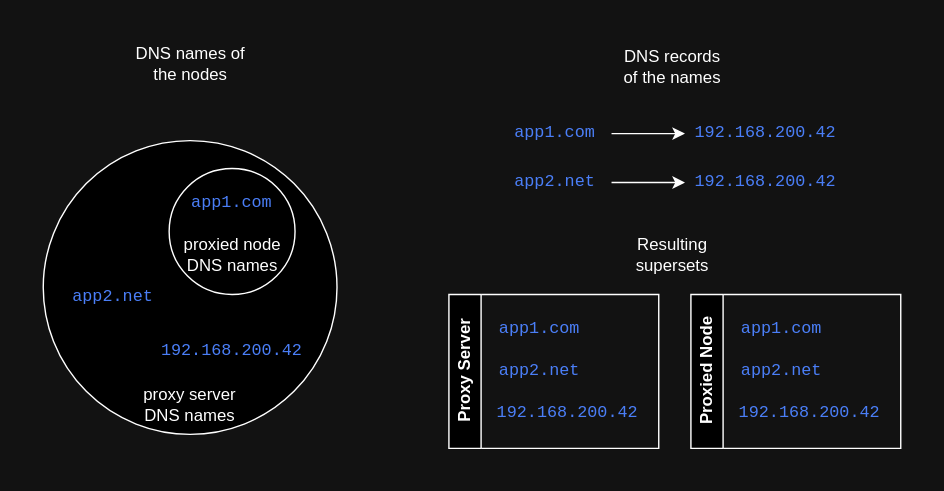
lkirkwood/netdox keeps this draw.io diagram as docs/exclusive.svg. Above is the earlier version. Source tidied: cells renumbered, new cells last; positions are measured from the earlier drawing's top-left corner, leaving out a move shared by most shapes.
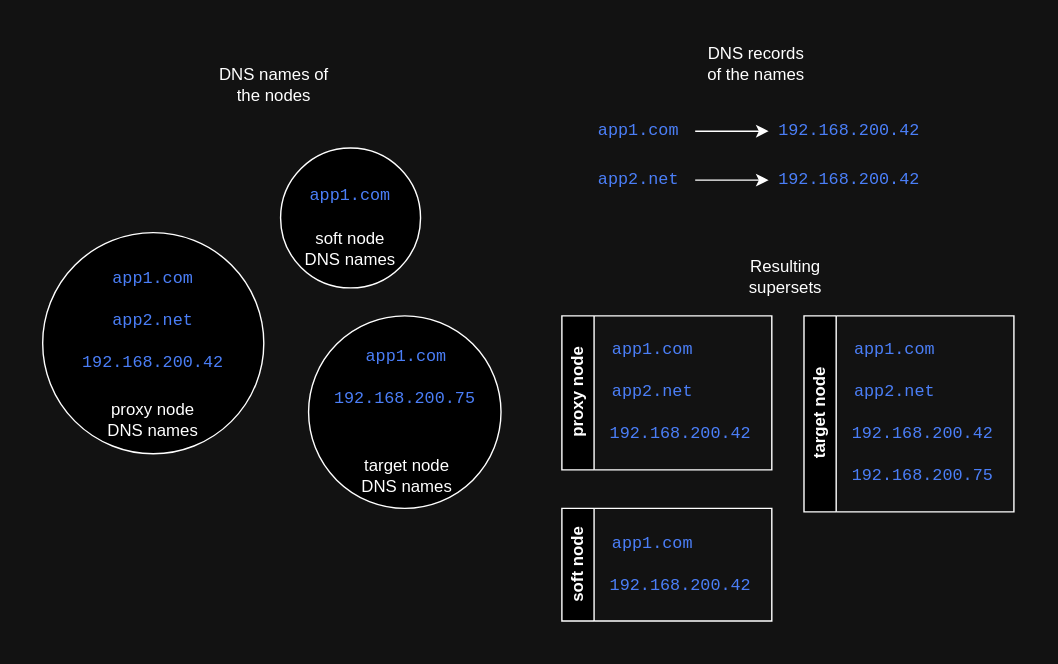
After the change.

The edit, as a diff of the source:
```diff
@@ -2,56 +2,56 @@
   <root>
     <mxCell id="0" />
     <mxCell id="1" parent="0" />
-    <mxCell id="2" style="ellipse;whiteSpace=wrap;html=1;" parent="1" vertex="1">
-      <mxGeometry y="70" width="210" height="210" as="geometry" />
+    <mxCell id="2" style="ellipse;whiteSpace=wrap;html=1;direction=south;" parent="1" vertex="1">
+      <mxGeometry x="-60" y="120.5" width="158" height="158" as="geometry" />
     </mxCell>
     <mxCell id="3" style="ellipse;whiteSpace=wrap;html=1;" parent="1" vertex="1">
-      <mxGeometry x="90" y="90" width="90" height="90" as="geometry" />
+      <mxGeometry x="130" y="180" width="137.5" height="137.5" as="geometry" />
     </mxCell>
-    <mxCell id="4" value="proxy server DNS names" style="text;html=1;strokeColor=none;fillColor=none;align=center;verticalAlign=middle;whiteSpace=wrap;rounded=0;" parent="1" vertex="1">
-      <mxGeometry x="65" y="244" width="80" height="30" as="geometry" />
+    <mxCell id="4" value="proxy node DNS names" style="text;html=1;strokeColor=none;fillColor=none;align=center;verticalAlign=middle;whiteSpace=wrap;rounded=0;" parent="1" vertex="1">
+      <mxGeometry x="-21" y="238.5" width="80" height="30" as="geometry" />
     </mxCell>
-    <mxCell id="5" value="&lt;font style=&quot;font-size: 12px;&quot;&gt;proxied node DNS names&lt;/font&gt;" style="text;html=1;strokeColor=none;fillColor=none;align=center;verticalAlign=middle;whiteSpace=wrap;rounded=0;fontSize=10;" parent="1" vertex="1">
-      <mxGeometry x="97.5" y="137" width="75" height="30" as="geometry" />
+    <mxCell id="5" value="&lt;font style=&quot;font-size: 12px;&quot;&gt;target node DNS names&lt;/font&gt;" style="text;html=1;strokeColor=none;fillColor=none;align=center;verticalAlign=middle;whiteSpace=wrap;rounded=0;fontSize=10;" parent="1" vertex="1">
+      <mxGeometry x="162.5" y="278.5" width="75" height="30" as="geometry" />
     </mxCell>
     <mxCell id="6" value="&lt;pre&gt;&lt;font color=&quot;#5286ff&quot;&gt;app2.net&lt;/font&gt;&lt;/pre&gt;" style="text;html=1;strokeColor=none;fillColor=none;align=center;verticalAlign=middle;whiteSpace=wrap;rounded=0;" parent="1" vertex="1">
-      <mxGeometry x="20" y="167" width="60" height="30" as="geometry" />
+      <mxGeometry x="-11" y="168.5" width="60" height="30" as="geometry" />
     </mxCell>
     <mxCell id="7" value="DNS names of the nodes" style="text;html=1;strokeColor=none;fillColor=none;align=center;verticalAlign=middle;whiteSpace=wrap;rounded=0;" parent="1" vertex="1">
       <mxGeometry x="62.5" width="85" height="30" as="geometry" />
     </mxCell>
     <mxCell id="8" value="&lt;pre&gt;&lt;font color=&quot;#5286ff&quot;&gt;192.168.200.42&lt;/font&gt;&lt;/pre&gt;" style="text;html=1;strokeColor=none;fillColor=none;align=center;verticalAlign=middle;whiteSpace=wrap;rounded=0;" parent="1" vertex="1">
-      <mxGeometry x="105" y="206" width="60" height="30" as="geometry" />
+      <mxGeometry x="-11" y="198.5" width="60" height="30" as="geometry" />
     </mxCell>
     <mxCell id="9" style="edgeStyle=orthogonalEdgeStyle;rounded=0;jettySize=auto;html=1;entryX=0;entryY=0.5;entryDx=0;entryDy=0;" parent="1" edge="1" source="10" target="15">
       <mxGeometry relative="1" as="geometry" />
     </mxCell>
     <mxCell id="10" value="&lt;pre&gt;&lt;font color=&quot;#5286ff&quot;&gt;app1.com&lt;/font&gt;&lt;/pre&gt;" style="text;html=1;strokeColor=none;fillColor=none;align=center;verticalAlign=middle;whiteSpace=wrap;rounded=0;" parent="1" vertex="1">
-      <mxGeometry x="326.2" y="50" width="80" height="30" as="geometry" />
+      <mxGeometry x="326.2" y="33" width="80" height="30" as="geometry" />
     </mxCell>
     <mxCell id="11" style="edgeStyle=orthogonalEdgeStyle;rounded=0;jettySize=auto;html=1;entryX=0;entryY=0.5;entryDx=0;entryDy=0;" parent="1" edge="1" source="12" target="13">
       <mxGeometry relative="1" as="geometry" />
     </mxCell>
     <mxCell id="12" value="&lt;pre&gt;&lt;font color=&quot;#5286ff&quot;&gt;app2.net&lt;/font&gt;&lt;/pre&gt;" style="text;html=1;strokeColor=none;fillColor=none;align=center;verticalAlign=middle;whiteSpace=wrap;rounded=0;" parent="1" vertex="1">
-      <mxGeometry x="326.2" y="85" width="80" height="30" as="geometry" />
+      <mxGeometry x="326.2" y="68" width="80" height="30" as="geometry" />
     </mxCell>
     <mxCell id="13" value="&lt;pre&gt;&lt;font color=&quot;#5286ff&quot;&gt;192.168.200.42&lt;/font&gt;&lt;/pre&gt;" style="text;html=1;strokeColor=none;fillColor=none;align=center;verticalAlign=middle;whiteSpace=wrap;rounded=0;" parent="1" vertex="1">
-      <mxGeometry x="458.8" y="85" width="115" height="30" as="geometry" />
+      <mxGeometry x="458.8" y="68" width="115" height="30" as="geometry" />
     </mxCell>
     <mxCell id="14" value="&lt;pre&gt;&lt;font color=&quot;#5286ff&quot;&gt;app1.com&lt;/font&gt;&lt;/pre&gt;" style="text;html=1;strokeColor=none;fillColor=none;align=center;verticalAlign=middle;whiteSpace=wrap;rounded=0;" parent="1" vertex="1">
-      <mxGeometry x="105" y="100" width="60" height="30" as="geometry" />
+      <mxGeometry x="170" y="194.5" width="60" height="30" as="geometry" />
     </mxCell>
     <mxCell id="15" value="&lt;pre&gt;&lt;font color=&quot;#5286ff&quot;&gt;192.168.200.42&lt;/font&gt;&lt;/pre&gt;" style="text;html=1;strokeColor=none;fillColor=none;align=center;verticalAlign=middle;whiteSpace=wrap;rounded=0;" parent="1" vertex="1">
-      <mxGeometry x="458.8" y="50" width="115" height="30" as="geometry" />
+      <mxGeometry x="458.8" y="33" width="115" height="30" as="geometry" />
     </mxCell>
     <mxCell id="16" value="DNS records of the names" style="text;html=1;strokeColor=none;fillColor=none;align=center;verticalAlign=middle;whiteSpace=wrap;rounded=0;" parent="1" vertex="1">
-      <mxGeometry x="410" y="2" width="80" height="30" as="geometry" />
+      <mxGeometry x="410" y="-15" width="80" height="30" as="geometry" />
     </mxCell>
     <mxCell id="17" value="Resulting supersets" style="text;html=1;strokeColor=none;fillColor=none;align=center;verticalAlign=middle;whiteSpace=wrap;rounded=0;" parent="1" vertex="1">
-      <mxGeometry x="420" y="137" width="60" height="30" as="geometry" />
+      <mxGeometry x="441" y="137" width="60" height="30" as="geometry" />
     </mxCell>
-    <mxCell id="18" value="Proxy Server" style="swimlane;horizontal=0;whiteSpace=wrap;html=1;" parent="1" vertex="1">
-      <mxGeometry x="290" y="180" width="150" height="110" as="geometry" />
+    <mxCell id="18" value="proxy node" style="swimlane;horizontal=0;whiteSpace=wrap;html=1;" parent="1" vertex="1">
+      <mxGeometry x="311" y="180" width="150" height="110" as="geometry" />
     </mxCell>
     <mxCell id="19" value="&lt;pre&gt;&lt;font color=&quot;#5286ff&quot;&gt;app1.com&lt;/font&gt;&lt;/pre&gt;" style="text;html=1;strokeColor=none;fillColor=none;align=center;verticalAlign=middle;whiteSpace=wrap;rounded=0;" parent="18" vertex="1">
       <mxGeometry x="35" y="10" width="60" height="30" as="geometry" />
@@ -62,8 +62,8 @@
     <mxCell id="21" value="&lt;pre&gt;&lt;font color=&quot;#5286ff&quot;&gt;192.168.200.42&lt;/font&gt;&lt;/pre&gt;" style="text;html=1;strokeColor=none;fillColor=none;align=center;verticalAlign=middle;whiteSpace=wrap;rounded=0;" parent="18" vertex="1">
       <mxGeometry x="35" y="70" width="100" height="30" as="geometry" />
     </mxCell>
-    <mxCell id="22" value="Proxied Node" style="swimlane;horizontal=0;whiteSpace=wrap;html=1;" parent="1" vertex="1">
-      <mxGeometry x="463" y="180" width="150" height="110" as="geometry" />
+    <mxCell id="22" value="target node" style="swimlane;horizontal=0;whiteSpace=wrap;html=1;startSize=23;" parent="1" vertex="1">
+      <mxGeometry x="484" y="180" width="150" height="140" as="geometry" />
     </mxCell>
     <mxCell id="23" value="&lt;pre&gt;&lt;font color=&quot;#5286ff&quot;&gt;app1.com&lt;/font&gt;&lt;/pre&gt;" style="text;html=1;strokeColor=none;fillColor=none;align=center;verticalAlign=middle;whiteSpace=wrap;rounded=0;" parent="22" vertex="1">
       <mxGeometry x="35" y="10" width="60" height="30" as="geometry" />
@@ -74,5 +74,32 @@
     <mxCell id="25" value="&lt;pre&gt;&lt;font color=&quot;#5286ff&quot;&gt;192.168.200.42&lt;/font&gt;&lt;/pre&gt;" style="text;html=1;strokeColor=none;fillColor=none;align=center;verticalAlign=middle;whiteSpace=wrap;rounded=0;" parent="22" vertex="1">
       <mxGeometry x="35" y="70" width="100" height="30" as="geometry" />
     </mxCell>
+    <mxCell id="26" value="&lt;pre&gt;&lt;font color=&quot;#5286ff&quot;&gt;192.168.200.75&lt;/font&gt;&lt;/pre&gt;" style="text;html=1;strokeColor=none;fillColor=none;align=center;verticalAlign=middle;whiteSpace=wrap;rounded=0;" parent="22" vertex="1">
+      <mxGeometry x="35" y="100" width="100" height="30" as="geometry" />
+    </mxCell>
+    <mxCell id="27" value="&lt;pre&gt;&lt;font color=&quot;#5286ff&quot;&gt;192.168.200.75&lt;/font&gt;&lt;/pre&gt;" style="text;html=1;strokeColor=none;fillColor=none;align=center;verticalAlign=middle;whiteSpace=wrap;rounded=0;" parent="1" vertex="1">
+      <mxGeometry x="168.8" y="224.5" width="60" height="30" as="geometry" />
+    </mxCell>
+    <mxCell id="28" value="&lt;pre&gt;&lt;font color=&quot;#5286ff&quot;&gt;app1.com&lt;/font&gt;&lt;/pre&gt;" style="text;html=1;strokeColor=none;fillColor=none;align=center;verticalAlign=middle;whiteSpace=wrap;rounded=0;" parent="1" vertex="1">
+      <mxGeometry x="-11" y="138.5" width="60" height="30" as="geometry" />
+    </mxCell>
+    <mxCell id="29" style="ellipse;whiteSpace=wrap;html=1;" parent="1" vertex="1">
+      <mxGeometry x="110" y="60" width="100" height="100" as="geometry" />
+    </mxCell>
+    <mxCell id="30" value="soft node DNS names" style="text;html=1;strokeColor=none;fillColor=none;align=center;verticalAlign=middle;whiteSpace=wrap;rounded=0;" parent="1" vertex="1">
+      <mxGeometry x="125" y="117" width="70" height="30" as="geometry" />
+    </mxCell>
+    <mxCell id="31" value="&lt;pre&gt;&lt;font color=&quot;#5286ff&quot;&gt;app1.com&lt;/font&gt;&lt;/pre&gt;" style="text;html=1;strokeColor=none;fillColor=none;align=center;verticalAlign=middle;whiteSpace=wrap;rounded=0;" parent="1" vertex="1">
+      <mxGeometry x="130" y="80" width="60" height="30" as="geometry" />
+    </mxCell>
+    <mxCell id="32" value="soft&amp;nbsp;node" style="swimlane;horizontal=0;whiteSpace=wrap;html=1;startSize=23;" parent="1" vertex="1">
+      <mxGeometry x="311" y="317.5" width="150" height="80.5" as="geometry" />
+    </mxCell>
+    <mxCell id="33" value="&lt;pre&gt;&lt;font color=&quot;#5286ff&quot;&gt;app1.com&lt;/font&gt;&lt;/pre&gt;" style="text;html=1;strokeColor=none;fillColor=none;align=center;verticalAlign=middle;whiteSpace=wrap;rounded=0;" parent="32" vertex="1">
+      <mxGeometry x="35" y="10" width="60" height="30" as="geometry" />
+    </mxCell>
+    <mxCell id="34" value="&lt;pre&gt;&lt;font color=&quot;#5286ff&quot;&gt;192.168.200.42&lt;/font&gt;&lt;/pre&gt;" style="text;html=1;strokeColor=none;fillColor=none;align=center;verticalAlign=middle;whiteSpace=wrap;rounded=0;" parent="32" vertex="1">
+      <mxGeometry x="35" y="40" width="100" height="30" as="geometry" />
+    </mxCell>
   </root>
 </mxGraphModel>
```
